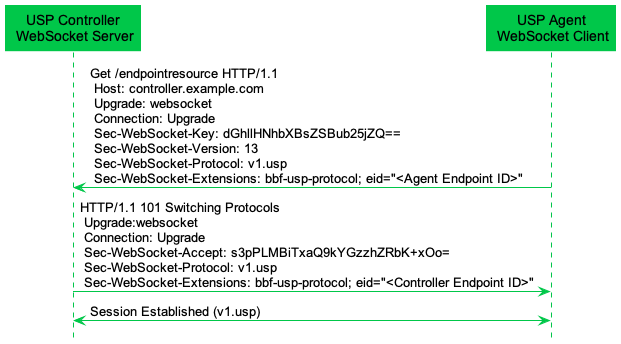
BroadbandForum/usp keeps this PlantUML diagram as docs/specification/mtp/websocket/websocket-session-handshake.png. Above is the earlier version.
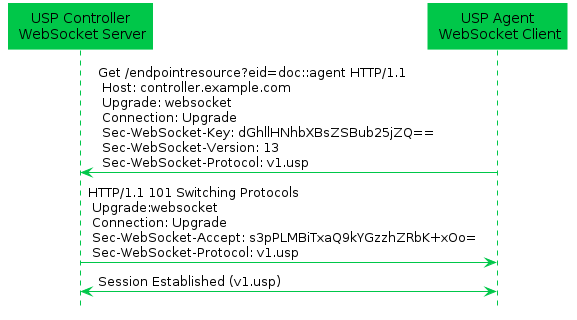
After the commit.

The edit, as a diff of the source:
```diff
@@ -1,82 +1,79 @@
 @startuml
 
-!$bbfLighterGreen = "#00c749"
-!$bbfDarkerGreen = "#135056"
-!$bbfLightGrey = "#e6ebef"
-!$bbfDarkerGrey = "#ccd4e1"
+
 
 
 hide circle
 hide empty description
 hide footbox
 
-skinparam backgroundColor Transparent
+skinparam backgroundColor undefined
 skinparam defaultFontName arial
 skinparam shadowing false
 
-skinparam arrowColor $bbfLighterGreen
+skinparam arrowColor #00c749
 
 skinparam Class {
-  backgroundColor Transparent
-  borderColor $bbfLighterGreen
+  backgroundColor undefined
+  borderColor #00c749
   borderThickness 1
 }
 
 skinparam Activity {
-  backgroundColor Transparent
-  borderColor $bbfLighterGreen
-  DiamondBackgroundColor White
-  DiamondBorderColor $bbfLighterGreen
+  backgroundColor undefined
+  borderColor #00c749
+  DiamondBackgroundColor undefined
+  DiamondBorderColor #00c749
 }
 
 skinparam Object {
-  backgroundColor Transparent
-  borderColor $bbfLighterGreen
+  backgroundColor undefined
+  borderColor #00c749
 }
 
 skinparam Component {
-  backgroundColor Transparent
-  borderColor $bbfLighterGreen
+  backgroundColor undefined
+  borderColor #00c749
 }
 
 skinparam Interface {
-  backgroundColor Transparent
-  borderColor $bbfLighterGreen
+  backgroundColor undefined
+  borderColor #00c749
 }
 
 skinparam Note {
-  backgroundColor $bbfLightGrey
-  borderColor $bbfLighterGreen
+  backgroundColor #e6ebef
+  borderColor #135056
 }
 
 skinparam Package {
-  backgroundColor Transparent
+  backgroundColor undefined
   fontSize 11
   fontStyle normal
-  borderColor $bbfLighterGreen
+  borderColor #00c749
 }
 
 skinparam Sequence {
-  actorBorderColor $bbfDarkerGreen
+  actorBorderColor #135056
   boxBackgroundColor WhiteSmoke
-  boxBorderColor $bbfDarkerGrey
-  groupBorderColor $bbfDarkerGreen
-  groupBackgroundColor $bbfDarkerGrey
-  lifeLineBorderColor $bbfLighterGreen
-  lifeLineBackgroundColor $bbfLighterGreen
-  participantBackgroundColor $bbfLighterGreen
-  participantBorderColor $bbfLighterGreen
+  boxBorderColor #ccd4e1
+  groupBorderColor #135056
+  groupBackgroundColor #ccd4e1
+  lifeLineBorderColor #00c749
+  lifeLineBackgroundColor #00c749
+  participantBackgroundColor #00c749
+  participantBorderColor #00c749
 }
 
 skinparam State {
-  backgroundColor Transparent
-  borderColor $bbfLighterGreen
+  backgroundColor undefined
+  borderColor #00c749
 }
 
 participant "USP Controller\n WebSocket Server" as C
 participant "USP Agent\n WebSocket Client" as A
 
-A -> C : Get /endpointresource HTTP/1.1 \n Host: controller.example.com \n Upgrade: websocket \n Connection: Upgrade \n Sec-WebSocket-Key: dGhllHNhbXBsZSBub25jZQ== \n Sec-WebSocket-Version: 13 \n Sec-WebSocket-Protocol: v1.usp \n Sec-WebSocket-Extensions: bbf-usp-protocol; eid="<Agent Endpoint ID>"
-C -> A : HTTP/1.1 101 Switching Protocols \n Upgrade:websocket \n Connection: Upgrade \n Sec-WebSocket-Accept: s3pPLMBiTxaQ9kYGzzhZRbK+xOo= \n Sec-WebSocket-Protocol: v1.usp \n Sec-WebSocket-Extensions: bbf-usp-protocol; eid="<Controller Endpoint ID>"
+A -> C : Get /endpointresource?eid=doc::agent HTTP/1.1 \n Host: controller.example.com \n Upgrade: websocket \n Connection: Upgrade \n Sec-WebSocket-Key: dGhllHNhbXBsZSBub25jZQ== \n Sec-WebSocket-Version: 13 \n Sec-WebSocket-Protocol: v1.usp
+C -> A : HTTP/1.1 101 Switching Protocols \n Upgrade:websocket \n Connection: Upgrade \n Sec-WebSocket-Accept: s3pPLMBiTxaQ9kYGzzhZRbK+xOo= \n Sec-WebSocket-Protocol: v1.usp
 C <-> A : Session Established (v1.usp)
 @enduml
```
